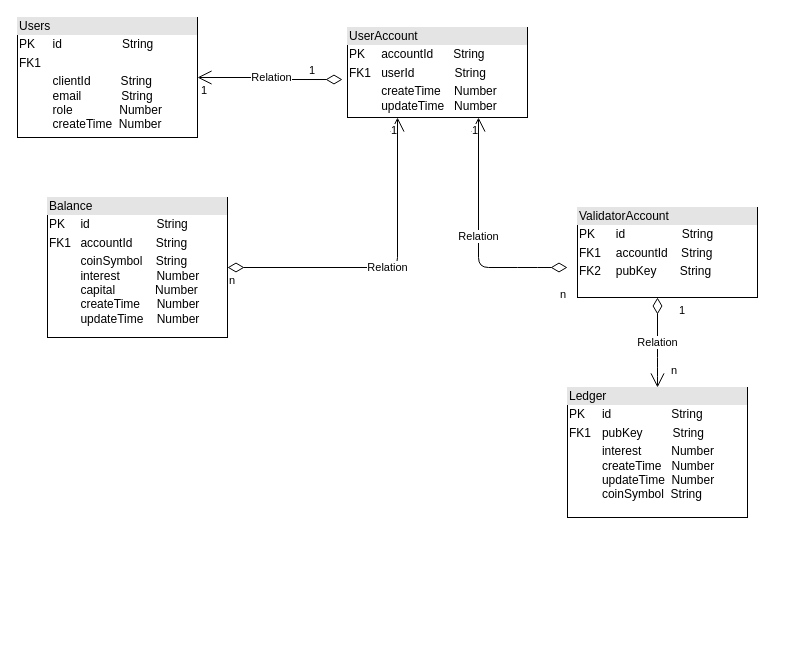
The draw.io diagram noops table structure.drawio in zazhou-cn/hello-world, before the edit. Source tidied: cells renumbered, new cells numbered last; positions are measured from the earlier drawing's top-left corner, leaving out a move shared by most shapes. Both pictures are drawn from the tidied source at 100%, with x=0, y=0 at pixel (17, 17).
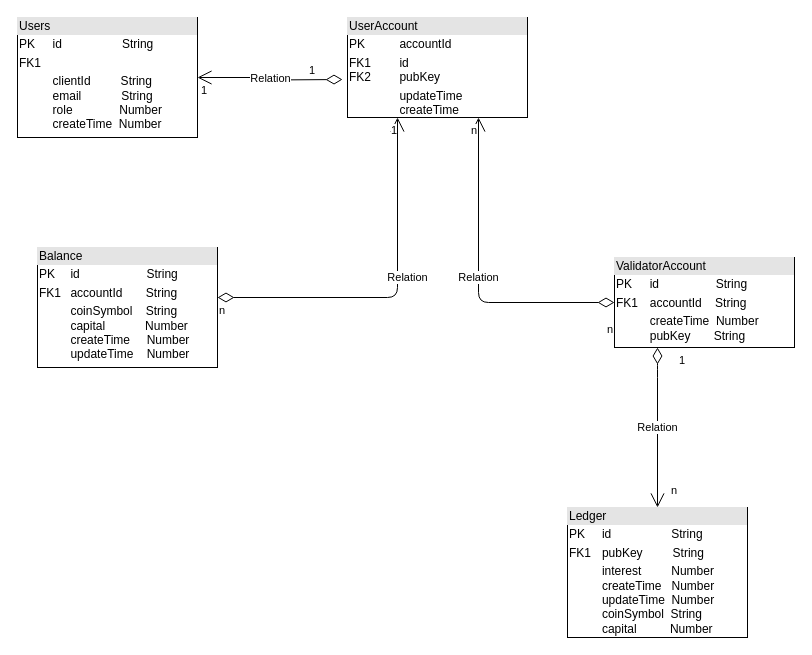
Above is the later version.

Unchanged cells that the change refers to:
```xml
<mxCell id="2" value="&lt;div style=&quot;box-sizing: border-box ; width: 100% ; background: #e4e4e4 ; padding: 2px&quot;&gt;Users&lt;/div&gt;&lt;table style=&quot;width: 100% ; font-size: 1em&quot; cellpadding=&quot;2&quot; cellspacing=&quot;0&quot;&gt;&lt;tbody&gt;&lt;tr&gt;&lt;td&gt;PK&lt;/td&gt;&lt;td&gt;id&amp;nbsp; &amp;nbsp; &amp;nbsp; &amp;nbsp; &amp;nbsp; &amp;nbsp; &amp;nbsp; &amp;nbsp; &amp;nbsp; String&lt;/td&gt;&lt;/tr&gt;&lt;tr&gt;&lt;td&gt;FK1&lt;/td&gt;&lt;td&gt;&lt;br&gt;&lt;/td&gt;&lt;/tr&gt;&lt;tr&gt;&lt;td&gt;&lt;/td&gt;&lt;td&gt;clientId&amp;nbsp; &amp;nbsp; &amp;nbsp; &amp;nbsp; &amp;nbsp;String&lt;br&gt;email&amp;nbsp; &amp;nbsp; &amp;nbsp; &amp;nbsp; &amp;nbsp; &amp;nbsp; String&lt;br&gt;role&amp;nbsp; &amp;nbsp; &amp;nbsp; &amp;nbsp; &amp;nbsp; &amp;nbsp; &amp;nbsp; Number&lt;br&gt;createTime&amp;nbsp; Number&lt;br&gt;&lt;br&gt;&lt;br&gt;&lt;/td&gt;&lt;/tr&gt;&lt;/tbody&gt;&lt;/table&gt;" style="verticalAlign=top;align=left;overflow=fill;html=1;" parent="1" vertex="1">
  <mxGeometry width="180" height="120" as="geometry" />
</mxCell>
```

What changed in the source:
```diff
@@
-    <mxCell id="3" value="&lt;div style=&quot;box-sizing: border-box ; width: 100% ; background: #e4e4e4 ; padding: 2px&quot;&gt;UserAccount&lt;/div&gt;&lt;table style=&quot;width: 100% ; font-size: 1em&quot; cellpadding=&quot;2&quot; cellspacing=&quot;0&quot;&gt;&lt;tbody&gt;&lt;tr&gt;&lt;td&gt;PK&lt;/td&gt;&lt;td&gt;accountId&amp;nbsp; &amp;nbsp; &amp;nbsp; String&lt;/td&gt;&lt;/tr&gt;&lt;tr&gt;&lt;td&gt;FK1&lt;/td&gt;&lt;td&gt;userId&amp;nbsp; &amp;nbsp; &amp;nbsp; &amp;nbsp; &amp;nbsp; &amp;nbsp; String&lt;/td&gt;&lt;/tr&gt;&lt;tr&gt;&lt;td&gt;&lt;/td&gt;&lt;td&gt;createTime&amp;nbsp; &amp;nbsp; Number&lt;br&gt;updateTime&amp;nbsp; &amp;nbsp;Number&lt;/td&gt;&lt;/tr&gt;&lt;/tbody&gt;&lt;/table&gt;" style="verticalAlign=top;align=left;overflow=fill;html=1;" parent="1" vertex="1">
-      <mxGeometry x="330" y="10" width="180" height="90" as="geometry" />
-    </mxCell>
-    <mxCell id="4" value="&lt;div style=&quot;box-sizing: border-box ; width: 100% ; background: #e4e4e4 ; padding: 2px&quot;&gt;Balance&lt;/div&gt;&lt;table style=&quot;width: 100% ; font-size: 1em&quot; cellpadding=&quot;2&quot; cellspacing=&quot;0&quot;&gt;&lt;tbody&gt;&lt;tr&gt;&lt;td&gt;PK&lt;/td&gt;&lt;td&gt;id&amp;nbsp; &amp;nbsp; &amp;nbsp; &amp;nbsp; &amp;nbsp; &amp;nbsp; &amp;nbsp; &amp;nbsp; &amp;nbsp; &amp;nbsp; String&lt;/td&gt;&lt;/tr&gt;&lt;tr&gt;&lt;td&gt;FK1&lt;/td&gt;&lt;td&gt;accountId&amp;nbsp; &amp;nbsp; &amp;nbsp; &amp;nbsp;String&lt;/td&gt;&lt;/tr&gt;&lt;tr&gt;&lt;td&gt;&lt;/td&gt;&lt;td&gt;coinSymbol&amp;nbsp; &amp;nbsp; String&lt;br&gt;interest&amp;nbsp; &amp;nbsp; &amp;nbsp; &amp;nbsp; &amp;nbsp; &amp;nbsp;Number&lt;br&gt;capital&amp;nbsp; &amp;nbsp; &amp;nbsp; &amp;nbsp; &amp;nbsp; &amp;nbsp; Number&lt;br&gt;createTime&amp;nbsp; &amp;nbsp; &amp;nbsp;Number&lt;br&gt;updateTime&amp;nbsp; &amp;nbsp; Number&lt;/td&gt;&lt;/tr&gt;&lt;/tbody&gt;&lt;/table&gt;" style="verticalAlign=top;align=left;overflow=fill;html=1;" parent="1" vertex="1">
-      <mxGeometry x="30" y="180" width="180" height="140" as="geometry" />
+    <mxCell id="4" value="&lt;div style=&quot;box-sizing: border-box ; width: 100% ; background: #e4e4e4 ; padding: 2px&quot;&gt;Balance&lt;/div&gt;&lt;table style=&quot;width: 100% ; font-size: 1em&quot; cellpadding=&quot;2&quot; cellspacing=&quot;0&quot;&gt;&lt;tbody&gt;&lt;tr&gt;&lt;td&gt;PK&lt;/td&gt;&lt;td&gt;id&amp;nbsp; &amp;nbsp; &amp;nbsp; &amp;nbsp; &amp;nbsp; &amp;nbsp; &amp;nbsp; &amp;nbsp; &amp;nbsp; &amp;nbsp; String&lt;/td&gt;&lt;/tr&gt;&lt;tr&gt;&lt;td&gt;FK1&lt;/td&gt;&lt;td&gt;accountId&amp;nbsp; &amp;nbsp; &amp;nbsp; &amp;nbsp;String&lt;/td&gt;&lt;/tr&gt;&lt;tr&gt;&lt;td&gt;&lt;/td&gt;&lt;td&gt;coinSymbol&amp;nbsp; &amp;nbsp; String&lt;br&gt;capital&amp;nbsp; &amp;nbsp; &amp;nbsp; &amp;nbsp; &amp;nbsp; &amp;nbsp; Number&lt;br&gt;createTime&amp;nbsp; &amp;nbsp; &amp;nbsp;Number&lt;br&gt;updateTime&amp;nbsp; &amp;nbsp; Number&lt;/td&gt;&lt;/tr&gt;&lt;/tbody&gt;&lt;/table&gt;" style="verticalAlign=top;align=left;overflow=fill;html=1;" parent="1" vertex="1">
+      <mxGeometry x="20" y="230" width="180" height="120" as="geometry" />
     </mxCell>
     <mxCell id="5" value="Relation" style="endArrow=open;html=1;endSize=12;startArrow=diamondThin;startSize=14;startFill=0;edgeStyle=orthogonalEdgeStyle;" parent="1" edge="1" source="4">
-      <mxGeometry relative="1" as="geometry">
+      <mxGeometry x="0.11" y="-10" relative="1" as="geometry">
         <mxPoint x="380" y="100" as="targetPoint" />
         <Array as="points">
-          <mxPoint x="380" y="250" />
-          <mxPoint x="380" y="100" />
+          <mxPoint x="380" y="280" />
         </Array>
       </mxGeometry>
     </mxCell>
@@
-    <mxCell id="8" value="Relation" style="endArrow=open;html=1;endSize=12;startArrow=diamondThin;startSize=14;startFill=0;edgeStyle=orthogonalEdgeStyle;exitX=-0.028;exitY=0.578;exitDx=0;exitDy=0;exitPerimeter=0;entryX=1;entryY=0.5;entryDx=0;entryDy=0;" parent="1" edge="1" source="3" target="2">
-      <mxGeometry relative="1" as="geometry" />
+    <mxCell id="8" value="Relation" style="endArrow=open;html=1;endSize=12;startArrow=diamondThin;startSize=14;startFill=0;edgeStyle=orthogonalEdgeStyle;exitX=-0.028;exitY=0.578;exitDx=0;exitDy=0;exitPerimeter=0;entryX=1;entryY=0.5;entryDx=0;entryDy=0;" parent="1" edge="1" target="2">
+      <mxGeometry relative="1" as="geometry">
+        <mxPoint x="325" y="62" as="sourcePoint" />
+      </mxGeometry>
     </mxCell>
@@
-    <mxCell id="11" value="&lt;div style=&quot;box-sizing: border-box ; width: 100% ; background: #e4e4e4 ; padding: 2px&quot;&gt;Ledger&lt;/div&gt;&lt;table style=&quot;width: 100% ; font-size: 1em&quot; cellpadding=&quot;2&quot; cellspacing=&quot;0&quot;&gt;&lt;tbody&gt;&lt;tr&gt;&lt;td&gt;PK&lt;/td&gt;&lt;td&gt;id&amp;nbsp; &amp;nbsp; &amp;nbsp; &amp;nbsp; &amp;nbsp; &amp;nbsp; &amp;nbsp; &amp;nbsp; &amp;nbsp; String&lt;/td&gt;&lt;/tr&gt;&lt;tr&gt;&lt;td&gt;FK1&lt;/td&gt;&lt;td&gt;pubKey&amp;nbsp; &amp;nbsp; &amp;nbsp; &amp;nbsp; &amp;nbsp;String&lt;br&gt;&lt;/td&gt;&lt;/tr&gt;&lt;tr&gt;&lt;td&gt;&lt;/td&gt;&lt;td&gt;interest&amp;nbsp; &amp;nbsp; &amp;nbsp; &amp;nbsp; &amp;nbsp;Number&lt;br&gt;createTime&amp;nbsp; &amp;nbsp;Number&lt;br&gt;updateTime&amp;nbsp; Number&lt;br&gt;coinSymbol&amp;nbsp; String&lt;/td&gt;&lt;/tr&gt;&lt;/tbody&gt;&lt;/table&gt;" style="verticalAlign=top;align=left;overflow=fill;html=1;" parent="1" vertex="1">
-      <mxGeometry x="550" y="370" width="180" height="130" as="geometry" />
+    <mxCell id="11" value="&lt;div style=&quot;box-sizing: border-box ; width: 100% ; background: #e4e4e4 ; padding: 2px&quot;&gt;Ledger&lt;/div&gt;&lt;table style=&quot;width: 100% ; font-size: 1em&quot; cellpadding=&quot;2&quot; cellspacing=&quot;0&quot;&gt;&lt;tbody&gt;&lt;tr&gt;&lt;td&gt;PK&lt;/td&gt;&lt;td&gt;id&amp;nbsp; &amp;nbsp; &amp;nbsp; &amp;nbsp; &amp;nbsp; &amp;nbsp; &amp;nbsp; &amp;nbsp; &amp;nbsp; String&lt;/td&gt;&lt;/tr&gt;&lt;tr&gt;&lt;td&gt;FK1&lt;/td&gt;&lt;td&gt;pubKey&amp;nbsp; &amp;nbsp; &amp;nbsp; &amp;nbsp; &amp;nbsp;String&lt;br&gt;&lt;/td&gt;&lt;/tr&gt;&lt;tr&gt;&lt;td&gt;&lt;/td&gt;&lt;td&gt;interest&amp;nbsp; &amp;nbsp; &amp;nbsp; &amp;nbsp; &amp;nbsp;Number&lt;br&gt;createTime&amp;nbsp; &amp;nbsp;Number&lt;br&gt;updateTime&amp;nbsp; Number&lt;br&gt;coinSymbol&amp;nbsp; String&lt;br&gt;capital&amp;nbsp; &amp;nbsp; &amp;nbsp; &amp;nbsp; &amp;nbsp; Number&lt;/td&gt;&lt;/tr&gt;&lt;/tbody&gt;&lt;/table&gt;" style="verticalAlign=top;align=left;overflow=fill;html=1;" parent="1" vertex="1">
+      <mxGeometry x="550" y="490" width="180" height="130" as="geometry" />
     </mxCell>
-    <mxCell id="12" value="&lt;div style=&quot;box-sizing: border-box ; width: 100% ; background: #e4e4e4 ; padding: 2px&quot;&gt;ValidatorAccount&lt;/div&gt;&lt;table style=&quot;width: 100% ; font-size: 1em&quot; cellpadding=&quot;2&quot; cellspacing=&quot;0&quot;&gt;&lt;tbody&gt;&lt;tr&gt;&lt;td&gt;PK&lt;/td&gt;&lt;td&gt;id&amp;nbsp; &amp;nbsp; &amp;nbsp; &amp;nbsp; &amp;nbsp; &amp;nbsp; &amp;nbsp; &amp;nbsp; &amp;nbsp;String&lt;/td&gt;&lt;/tr&gt;&lt;tr&gt;&lt;td&gt;FK1&lt;/td&gt;&lt;td&gt;accountId&amp;nbsp; &amp;nbsp; String&lt;/td&gt;&lt;/tr&gt;&lt;tr&gt;&lt;td&gt;FK2&lt;/td&gt;&lt;td&gt;pubKey&amp;nbsp; &amp;nbsp; &amp;nbsp; &amp;nbsp;String&lt;br&gt;&lt;/td&gt;&lt;/tr&gt;&lt;/tbody&gt;&lt;/table&gt;" style="verticalAlign=top;align=left;overflow=fill;html=1;" parent="1" vertex="1">
-      <mxGeometry x="560" y="190" width="180" height="90" as="geometry" />
+    <mxCell id="12" value="&lt;div style=&quot;box-sizing: border-box ; width: 100% ; background: #e4e4e4 ; padding: 2px&quot;&gt;ValidatorAccount&lt;/div&gt;&lt;table style=&quot;width: 100% ; font-size: 1em&quot; cellpadding=&quot;2&quot; cellspacing=&quot;0&quot;&gt;&lt;tbody&gt;&lt;tr&gt;&lt;td&gt;PK&lt;/td&gt;&lt;td&gt;id&amp;nbsp; &amp;nbsp; &amp;nbsp; &amp;nbsp; &amp;nbsp; &amp;nbsp; &amp;nbsp; &amp;nbsp; &amp;nbsp;String&lt;/td&gt;&lt;/tr&gt;&lt;tr&gt;&lt;td&gt;FK1&lt;/td&gt;&lt;td&gt;accountId&amp;nbsp; &amp;nbsp; String&lt;/td&gt;&lt;/tr&gt;&lt;tr&gt;&lt;td&gt;&lt;br&gt;&lt;/td&gt;&lt;td&gt;createTime&amp;nbsp; Number&lt;br&gt;pubKey&amp;nbsp; &amp;nbsp; &amp;nbsp; &amp;nbsp;String&lt;/td&gt;&lt;/tr&gt;&lt;/tbody&gt;&lt;/table&gt;" style="verticalAlign=top;align=left;overflow=fill;html=1;" parent="1" vertex="1">
+      <mxGeometry x="597" y="240" width="180" height="90" as="geometry" />
     </mxCell>
-    <mxCell id="13" value="Relation" style="endArrow=open;html=1;endSize=12;startArrow=diamondThin;startSize=14;startFill=0;edgeStyle=orthogonalEdgeStyle;entryX=0.75;entryY=1;entryDx=0;entryDy=0;" parent="1" edge="1">
+    <mxCell id="13" value="Relation" style="endArrow=open;html=1;endSize=12;startArrow=diamondThin;startSize=14;startFill=0;edgeStyle=orthogonalEdgeStyle;entryX=0.75;entryY=1;entryDx=0;entryDy=0;exitX=0;exitY=0.5;exitDx=0;exitDy=0;" parent="1" edge="1" source="12">
       <mxGeometry relative="1" as="geometry">
-        <mxPoint x="550" y="250" as="sourcePoint" />
         <mxPoint x="461" y="100" as="targetPoint" />
         <Array as="points">
-          <mxPoint x="510" y="250" />
-          <mxPoint x="461" y="250" />
+          <mxPoint x="461" y="285" />
         </Array>
       </mxGeometry>
     </mxCell>
@@
-    <mxCell id="15" value="1" style="edgeLabel;html=1;align=right;verticalAlign=top;" parent="13" vertex="1">
-      <mxGeometry x="1" relative="1" as="geometry" />
+    <mxCell id="15" value="n" style="edgeLabel;html=1;align=right;verticalAlign=top;" parent="13" vertex="1">
+      <mxGeometry x="1" relative="1" as="geometry">
+        <mxPoint x="-1" as="offset" />
+      </mxGeometry>
     </mxCell>
@@
+    <mxCell id="19" value="&lt;div style=&quot;box-sizing: border-box ; width: 100% ; background: #e4e4e4 ; padding: 2px&quot;&gt;UserAccount&lt;/div&gt;&lt;table style=&quot;width: 100% ; font-size: 1em&quot; cellpadding=&quot;2&quot; cellspacing=&quot;0&quot;&gt;&lt;tbody&gt;&lt;tr&gt;&lt;td&gt;PK&lt;/td&gt;&lt;td&gt;accountId&lt;/td&gt;&lt;/tr&gt;&lt;tr&gt;&lt;td&gt;FK1&lt;br&gt;FK2&lt;/td&gt;&lt;td&gt;id&lt;br&gt;pubKey&lt;/td&gt;&lt;/tr&gt;&lt;tr&gt;&lt;td&gt;&lt;/td&gt;&lt;td&gt;updateTime&lt;br&gt;createTime&lt;br&gt;&lt;br&gt;&lt;/td&gt;&lt;/tr&gt;&lt;/tbody&gt;&lt;/table&gt;" style="verticalAlign=top;align=left;overflow=fill;html=1;" parent="1" vertex="1">
+      <mxGeometry x="330" width="180" height="100" as="geometry" />
+    </mxCell>
```
